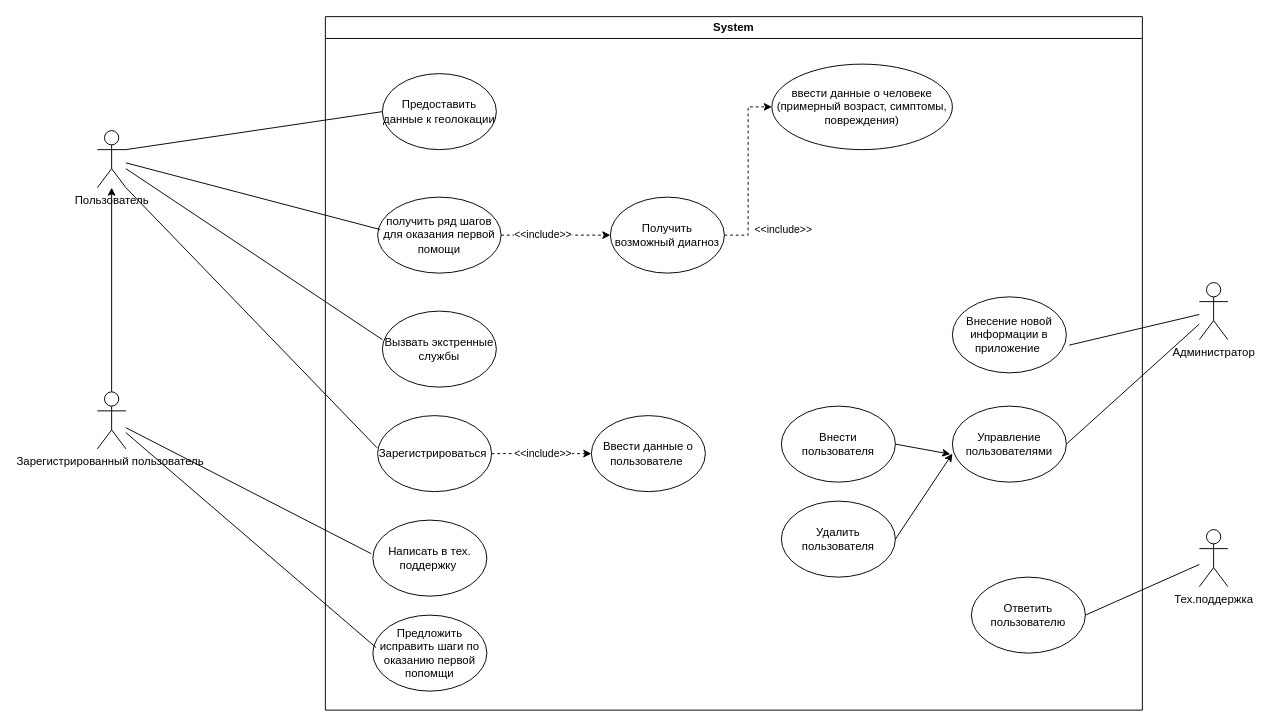
Earlier version of the draw.io diagram Use case.drawio (DTVibes/stepic). Source tidied: cells renumbered, new cells numbered last; positions are measured from the earlier drawing's top-left corner, leaving out a move shared by most shapes. Both pictures are drawn from the tidied source at 95%, with x=0, y=0 at pixel (97, 16).
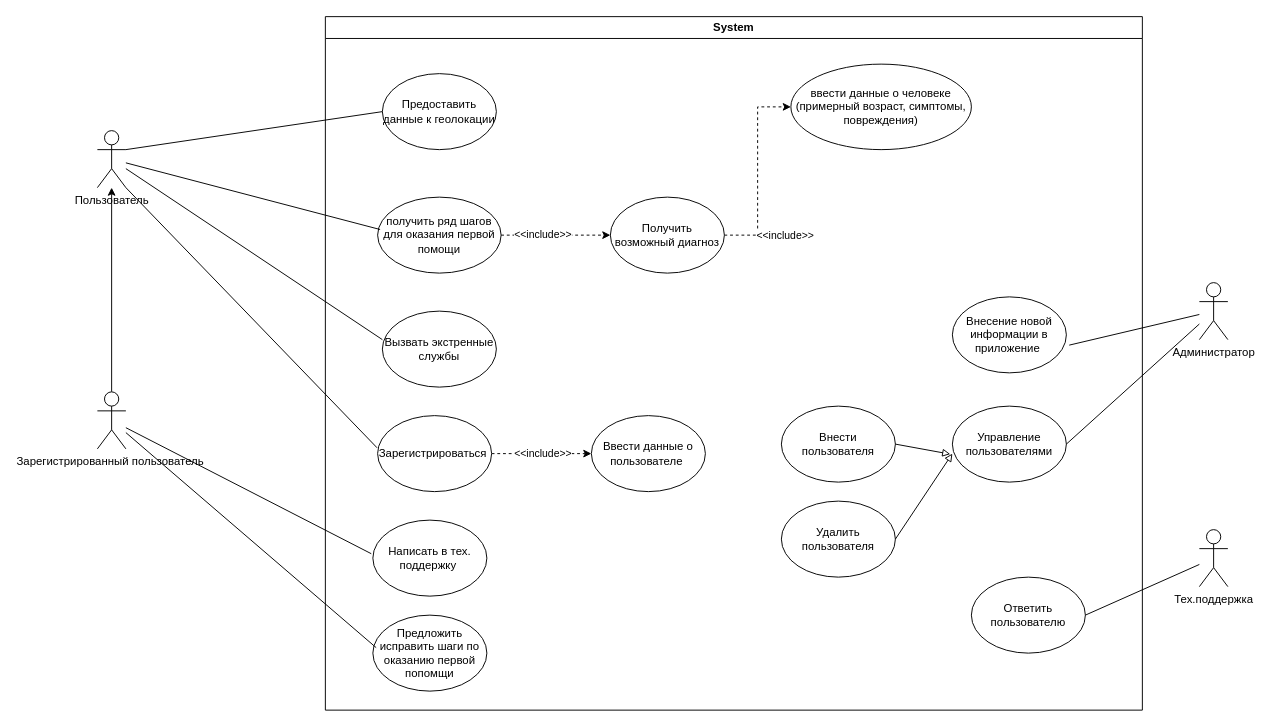
Above is the later version.

Unchanged cells that the change refers to:
```xml
<mxCell id="3" value="System" style="swimlane;whiteSpace=wrap;html=1;" parent="1" vertex="1">
  <mxGeometry x="240" width="860" height="730" as="geometry" />
</mxCell>
<mxCell id="21" value="Управление пользователями" style="ellipse;whiteSpace=wrap;html=1;" parent="3" vertex="1">
  <mxGeometry x="660" y="410" width="120" height="80" as="geometry" />
</mxCell>
<mxCell id="22" value="Удалить пользователя" style="ellipse;whiteSpace=wrap;html=1;" parent="3" vertex="1">
  <mxGeometry x="480" y="510" width="120" height="80" as="geometry" />
</mxCell>
<mxCell id="23" value="Внести пользователя" style="ellipse;whiteSpace=wrap;html=1;" parent="3" vertex="1">
  <mxGeometry x="480" y="410" width="120" height="80" as="geometry" />
</mxCell>
```

The edit, as a diff of the source:
```diff
@@
     <mxCell id="8" value="ввести данные о человеке (примерный возраст, симптомы, повреждения)" style="ellipse;whiteSpace=wrap;html=1;" parent="3" vertex="1">
-      <mxGeometry x="470" y="50" width="190" height="90" as="geometry" />
+      <mxGeometry x="490" y="50" width="190" height="90" as="geometry" />
     </mxCell>
@@
-    <mxCell id="24" style="endArrow=classic;html=1;rounded=0;exitX=1;exitY=0.5;exitDx=0;exitDy=0;entryX=0;entryY=0.625;entryDx=0;entryDy=0;entryPerimeter=0;" parent="3" edge="1" source="22" target="21">
+    <mxCell id="24" style="endArrow=block;html=1;rounded=0;exitX=1;exitY=0.5;exitDx=0;exitDy=0;entryX=0;entryY=0.625;entryDx=0;entryDy=0;entryPerimeter=0;endFill=0;" parent="3" edge="1" source="22" target="21">
       <mxGeometry relative="1" as="geometry" />
     </mxCell>
-    <mxCell id="25" style="endArrow=classic;html=1;rounded=0;exitX=1;exitY=0.5;exitDx=0;exitDy=0;entryX=-0.018;entryY=0.632;entryDx=0;entryDy=0;entryPerimeter=0;" parent="3" edge="1" source="23" target="21">
+    <mxCell id="25" style="endArrow=block;html=1;rounded=0;exitX=1;exitY=0.5;exitDx=0;exitDy=0;entryX=-0.018;entryY=0.632;entryDx=0;entryDy=0;entryPerimeter=0;endFill=0;" parent="3" edge="1" source="23" target="21">
       <mxGeometry relative="1" as="geometry" />
     </mxCell>
```
